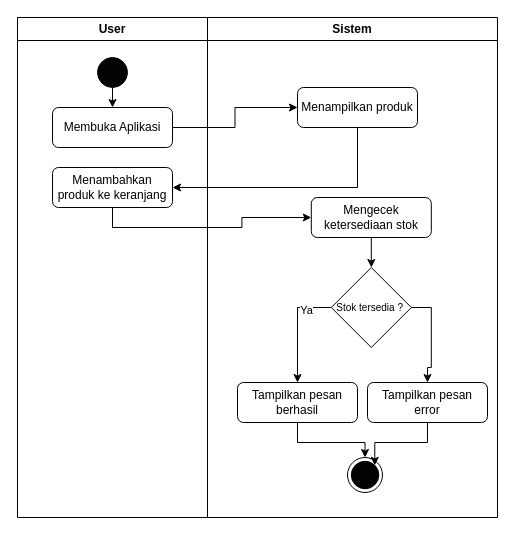
This is User Wishlist.drawio from rizalpahlevii/activity-diagram, a draw.io file, before an edit. Source tidied: cells renumbered, new cells numbered last; positions are measured from the earlier drawing's top-left corner, leaving out a move shared by most shapes. Both pictures are drawn from the tidied source at 100%, with x=0, y=0 at pixel (17, 17).
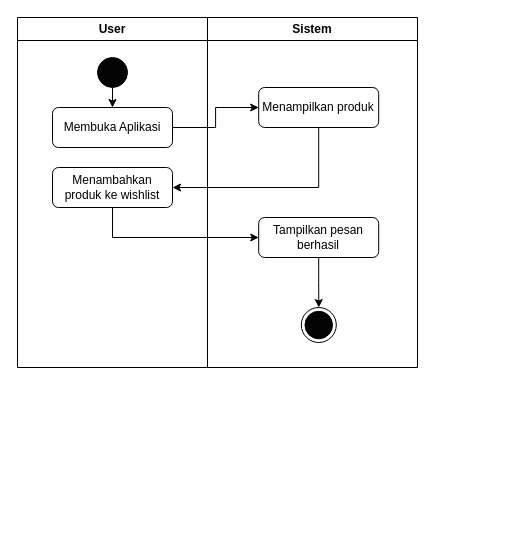
After the change.

Diff of the diagram source:
```diff
@@
     <mxCell id="2" value="User" style="swimlane;whiteSpace=wrap;html=1;" parent="1" vertex="1">
-      <mxGeometry width="190" height="500" as="geometry" />
+      <mxGeometry width="190" height="350" as="geometry" />
     </mxCell>
@@
-    <mxCell id="6" value="Menambahkan produk ke keranjang" style="rounded=1;whiteSpace=wrap;html=1;" parent="2" vertex="1">
+    <mxCell id="6" value="Menambahkan produk ke wishlist" style="rounded=1;whiteSpace=wrap;html=1;" parent="2" vertex="1">
       <mxGeometry x="35" y="150" width="120" height="40" as="geometry" />
     </mxCell>
     <mxCell id="7" value="Sistem" style="swimlane;whiteSpace=wrap;html=1;" parent="1" vertex="1">
-      <mxGeometry x="190" width="290" height="500" as="geometry" />
+      <mxGeometry x="190" width="210" height="350" as="geometry" />
     </mxCell>
     <mxCell id="8" value="Menampilkan produk" style="rounded=1;whiteSpace=wrap;html=1;" parent="7" vertex="1">
-      <mxGeometry x="90" y="70" width="120" height="40" as="geometry" />
+      <mxGeometry x="51.2" y="70" width="120" height="40" as="geometry" />
     </mxCell>
-    <mxCell id="9" style="edgeStyle=orthogonalEdgeStyle;rounded=0;jettySize=auto;html=1;exitX=0.5;exitY=1;exitDx=0;exitDy=0;entryX=0.5;entryY=0;entryDx=0;entryDy=0;" parent="7" edge="1" source="10" target="14">
-      <mxGeometry relative="1" as="geometry" />
+    <mxCell id="9" style="edgeStyle=orthogonalEdgeStyle;rounded=0;orthogonalLoop=1;jettySize=auto;html=1;exitX=0.5;exitY=1;exitDx=0;exitDy=0;entryX=0.5;entryY=0;entryDx=0;entryDy=0;" parent="7" edge="1">
+      <mxGeometry relative="1" as="geometry">
+        <mxPoint x="163.8" y="220" as="sourcePoint" />
+      </mxGeometry>
     </mxCell>
-    <mxCell id="10" value="Mengecek ketersediaan stok" style="rounded=1;whiteSpace=wrap;html=1;" parent="7" vertex="1">
-      <mxGeometry x="103.8" y="180" width="120" height="40" as="geometry" />
-    </mxCell>
-    <mxCell id="11" style="edgeStyle=orthogonalEdgeStyle;rounded=0;jettySize=auto;html=1;exitX=0;exitY=0.5;exitDx=0;exitDy=0;entryX=0.5;entryY=0;entryDx=0;entryDy=0;" parent="7" edge="1" source="14" target="16">
-      <mxGeometry relative="1" as="geometry" />
-    </mxCell>
-    <mxCell id="12" value="Ya" style="edgeLabel;html=1;align=center;verticalAlign=middle;" parent="11" vertex="1">
-      <mxGeometry x="-0.54" y="2" relative="1" as="geometry" />
-    </mxCell>
-    <mxCell id="13" style="edgeStyle=orthogonalEdgeStyle;rounded=0;jettySize=auto;html=1;exitX=1;exitY=0.5;exitDx=0;exitDy=0;" parent="7" edge="1" source="14" target="20">
-      <mxGeometry relative="1" as="geometry" />
-    </mxCell>
-    <mxCell id="14" value="&lt;font style=&quot;font-size: 10px;&quot;&gt;Stok tersedia ?&amp;nbsp;&lt;/font&gt;" style="rhombus;whiteSpace=wrap;html=1;" parent="7" vertex="1">
-      <mxGeometry x="123.8" y="250" width="80" height="80" as="geometry" />
-    </mxCell>
@@
     <mxCell id="16" value="Tampilkan pesan berhasil" style="rounded=1;whiteSpace=wrap;html=1;" parent="7" vertex="1">
-      <mxGeometry x="30" y="365" width="120" height="40" as="geometry" />
+      <mxGeometry x="51.2" y="200" width="120" height="40" as="geometry" />
     </mxCell>
     <mxCell id="17" style="ellipse;whiteSpace=wrap;html=1;gradientColor=none;strokeColor=default;strokeWidth=1;" parent="7" vertex="1">
-      <mxGeometry x="140" y="440" width="35" height="35" as="geometry" />
+      <mxGeometry x="93.8" y="290" width="35" height="35" as="geometry" />
     </mxCell>
     <mxCell id="18" style="ellipse;whiteSpace=wrap;html=1;fillColor=#030303;" parent="7" vertex="1">
-      <mxGeometry x="143.8" y="443.8" width="27.5" height="27.5" as="geometry" />
+      <mxGeometry x="97.5" y="293.8" width="27.5" height="27.5" as="geometry" />
     </mxCell>
-    <mxCell id="19" style="edgeStyle=orthogonalEdgeStyle;rounded=0;jettySize=auto;html=1;exitX=0.5;exitY=1;exitDx=0;exitDy=0;entryX=1;entryY=0;entryDx=0;entryDy=0;" parent="7" edge="1" source="20" target="18">
-      <mxGeometry relative="1" as="geometry" />
-    </mxCell>
-    <mxCell id="20" value="Tampilkan pesan error" style="rounded=1;whiteSpace=wrap;html=1;" parent="7" vertex="1">
-      <mxGeometry x="160" y="365" width="120" height="40" as="geometry" />
-    </mxCell>
@@
-    <mxCell id="23" style="edgeStyle=orthogonalEdgeStyle;rounded=0;jettySize=auto;html=1;exitX=0.5;exitY=1;exitDx=0;exitDy=0;entryX=0;entryY=0.5;entryDx=0;entryDy=0;" parent="1" edge="1" source="6" target="10">
+    <mxCell id="23" style="edgeStyle=orthogonalEdgeStyle;rounded=0;jettySize=auto;html=1;exitX=0.5;exitY=1;exitDx=0;exitDy=0;entryX=0;entryY=0.5;entryDx=0;entryDy=0;" parent="1" edge="1" source="6" target="16">
       <mxGeometry relative="1" as="geometry" />
     </mxCell>
```
